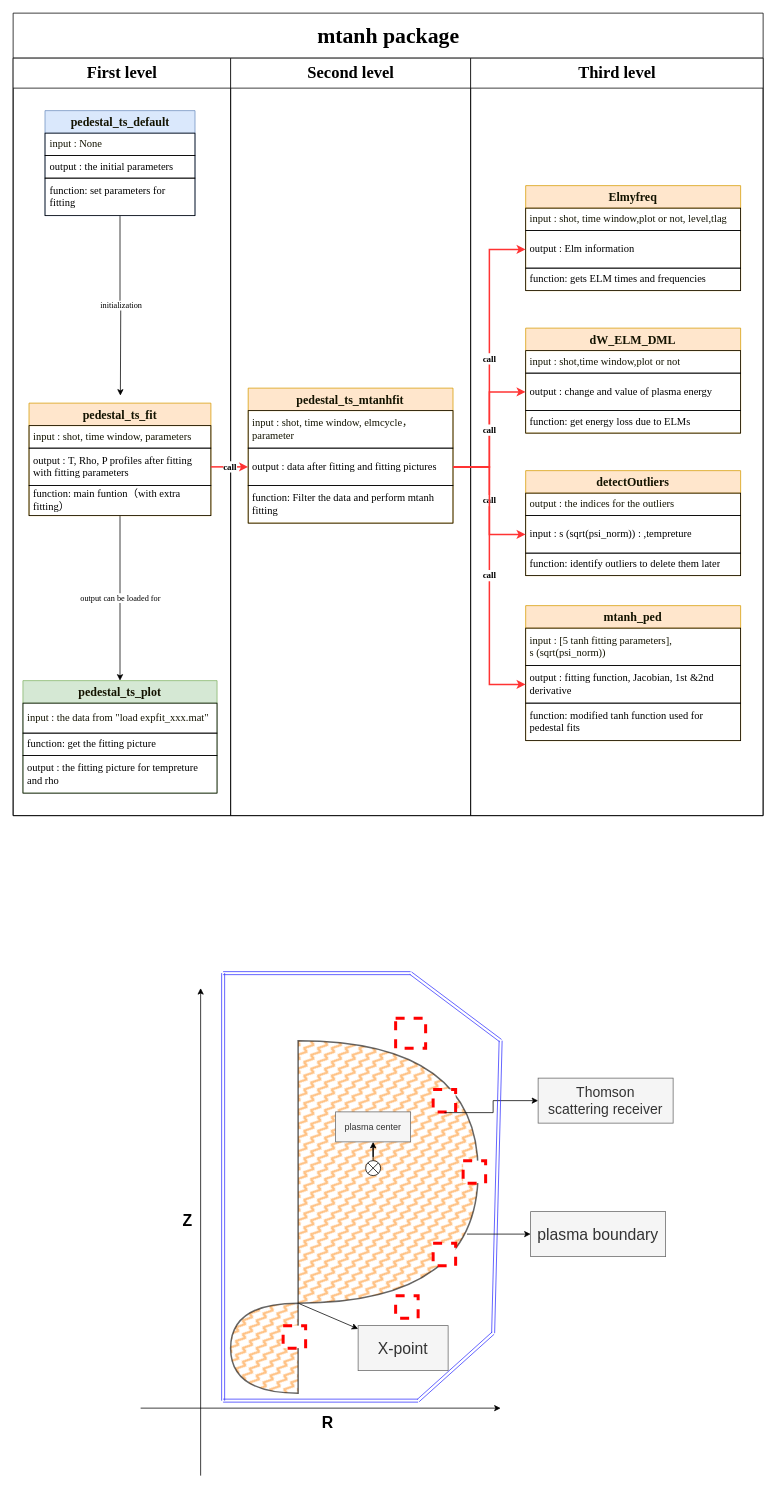
The draw.io diagram stability.drawio in Harry1910356/paizhao, before the edit. Source tidied: cells renumbered, new cells numbered last; positions are measured from the earlier drawing's top-left corner, leaving out a move shared by most shapes. Both pictures are drawn from the tidied source at 75%, with x=0, y=0 at pixel (13, 13).
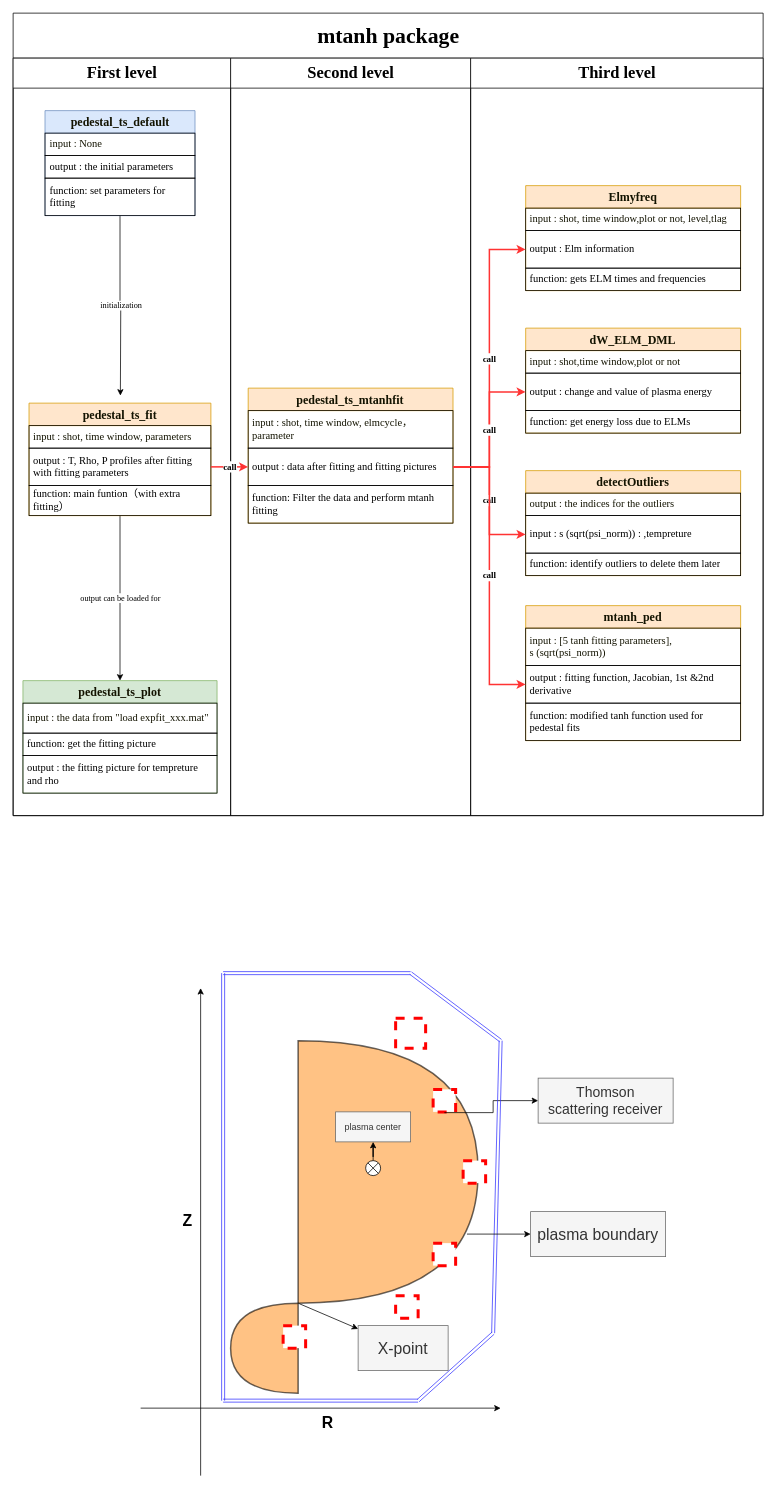
The same diagram, later.

The edit, as a diff of the source:
```diff
@@
-    <mxCell id="2" style="shape=or;whiteSpace=wrap;html=1;fillColor=#FF9933;fillStyle=zigzag-line;opacity=60;strokeWidth=2;" parent="1" vertex="1">
+    <mxCell id="2" style="shape=or;whiteSpace=wrap;html=1;fillColor=#FF9933;fillStyle=solid;opacity=60;strokeWidth=2;" parent="1" vertex="1">
       <mxGeometry x="380" y="1370" width="240" height="350" as="geometry" />
     </mxCell>
@@
-    <mxCell id="47" style="shape=or;whiteSpace=wrap;html=1;rotation=-180;fillColor=#FF9933;fillStyle=zigzag-line;opacity=60;strokeWidth=2;" parent="1" vertex="1">
+    <mxCell id="47" style="shape=or;whiteSpace=wrap;html=1;rotation=-180;fillColor=#FF9933;fillStyle=solid;opacity=60;strokeWidth=2;" parent="1" vertex="1">
       <mxGeometry x="290" y="1720" width="90" height="120" as="geometry" />
     </mxCell>
```
